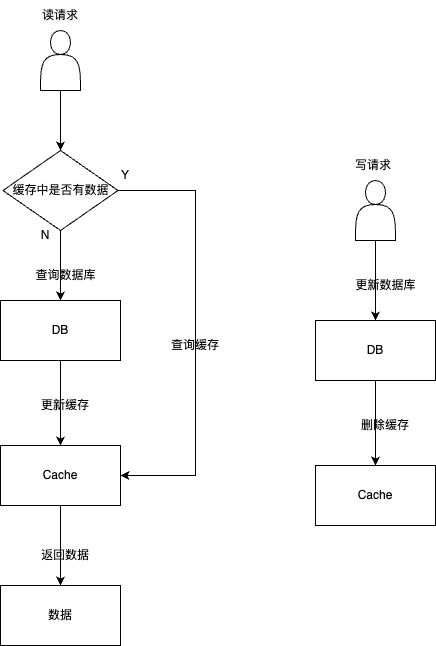
Earlier version of the draw.io export cache-aside.png (qinjianmin/draw.io). Source tidied: cells renumbered, new cells last; positions are measured from the earlier drawing's top-left corner, leaving out a move shared by most shapes.
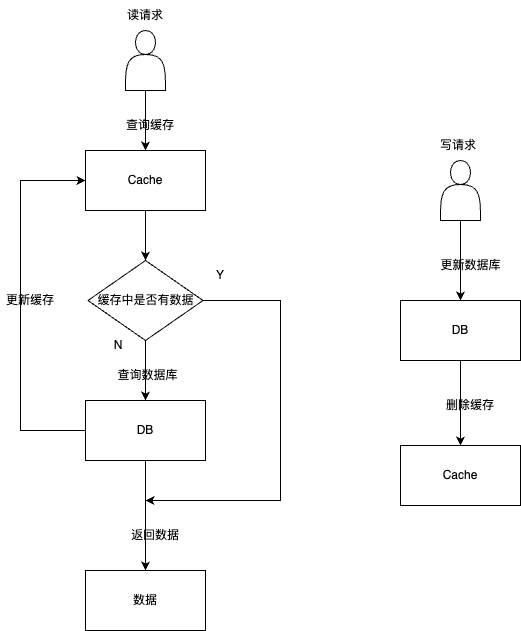
After the change.

What changed in the source:
```diff
@@ -3,54 +3,45 @@
     <mxCell id="0" />
     <mxCell id="1" parent="0" />
     <mxCell id="2" value="读请求" style="text;html=1;strokeColor=none;fillColor=none;align=center;verticalAlign=middle;whiteSpace=wrap;rounded=0;" parent="1" vertex="1">
-      <mxGeometry x="30" width="60" height="30" as="geometry" />
+      <mxGeometry x="30" y="20" width="60" height="30" as="geometry" />
     </mxCell>
+    <mxCell id="4" style="edgeStyle=orthogonalEdgeStyle;rounded=0;jettySize=auto;html=1;" parent="1" edge="1" source="5">
+      <mxGeometry relative="1" as="geometry">
+        <mxPoint x="60" y="520" as="targetPoint" />
+        <Array as="points">
+          <mxPoint x="195" y="320" />
+          <mxPoint x="195" y="520" />
+        </Array>
+      </mxGeometry>
+    </mxCell>
     <mxCell id="3" style="edgeStyle=orthogonalEdgeStyle;rounded=0;jettySize=auto;html=1;" parent="1" edge="1" source="5" target="7">
       <mxGeometry relative="1" as="geometry" />
     </mxCell>
-    <mxCell id="4" style="edgeStyle=orthogonalEdgeStyle;rounded=0;jettySize=auto;html=1;entryX=1;entryY=0.5;entryDx=0;entryDy=0;" parent="1" edge="1" source="5" target="11">
-      <mxGeometry relative="1" as="geometry">
-        <Array as="points">
-          <mxPoint x="195" y="190" />
-          <mxPoint x="195" y="475" />
-        </Array>
-      </mxGeometry>
-    </mxCell>
     <mxCell id="5" value="缓存中是否有数据" style="rhombus;whiteSpace=wrap;html=1;" parent="1" vertex="1">
-      <mxGeometry x="2.5" y="150" width="115" height="80" as="geometry" />
+      <mxGeometry x="2.5" y="280" width="115" height="80" as="geometry" />
     </mxCell>
-    <mxCell id="6" style="edgeStyle=orthogonalEdgeStyle;rounded=0;jettySize=auto;html=1;" parent="1" edge="1" source="7" target="11">
-      <mxGeometry relative="1" as="geometry" />
+    <mxCell id="6" style="edgeStyle=orthogonalEdgeStyle;rounded=0;jettySize=auto;html=1;entryX=0;entryY=0.5;entryDx=0;entryDy=0;" parent="1" edge="1" source="7" target="11">
+      <mxGeometry relative="1" as="geometry">
+        <Array as="points">
+          <mxPoint x="-65" y="450" />
+          <mxPoint x="-65" y="200" />
+        </Array>
+      </mxGeometry>
     </mxCell>
+    <mxCell id="27" style="edgeStyle=orthogonalEdgeStyle;rounded=0;jettySize=auto;html=1;" parent="1" edge="1" source="7" target="15">
+      <mxGeometry relative="1" as="geometry" />
+    </mxCell>
     <mxCell id="7" value="DB" style="whiteSpace=wrap;html=1;" parent="1" vertex="1">
-      <mxGeometry y="300" width="120" height="60" as="geometry" />
+      <mxGeometry y="420" width="120" height="60" as="geometry" />
     </mxCell>
-    <mxCell id="8" value="Y" style="text;html=1;strokeColor=none;fillColor=none;align=center;verticalAlign=middle;whiteSpace=wrap;rounded=0;" parent="1" vertex="1">
-      <mxGeometry x="95" y="160" width="60" height="30" as="geometry" />
-    </mxCell>
-    <mxCell id="9" value="N" style="text;html=1;strokeColor=none;fillColor=none;align=center;verticalAlign=middle;whiteSpace=wrap;rounded=0;" parent="1" vertex="1">
-      <mxGeometry x="15" y="220" width="60" height="30" as="geometry" />
-    </mxCell>
-    <mxCell id="10" style="edgeStyle=orthogonalEdgeStyle;rounded=0;jettySize=auto;html=1;" parent="1" edge="1" source="11" target="15">
-      <mxGeometry relative="1" as="geometry" />
-    </mxCell>
-    <mxCell id="11" value="Cache" style="whiteSpace=wrap;html=1;" parent="1" vertex="1">
-      <mxGeometry y="445" width="120" height="60" as="geometry" />
-    </mxCell>
     <mxCell id="12" value="查询数据库" style="text;html=1;strokeColor=none;fillColor=none;align=center;verticalAlign=middle;whiteSpace=wrap;rounded=0;" parent="1" vertex="1">
-      <mxGeometry x="22.5" y="260" width="85" height="30" as="geometry" />
+      <mxGeometry x="20" y="380" width="85" height="30" as="geometry" />
     </mxCell>
-    <mxCell id="13" value="更新缓存" style="text;html=1;strokeColor=none;fillColor=none;align=center;verticalAlign=middle;whiteSpace=wrap;rounded=0;" parent="1" vertex="1">
-      <mxGeometry x="35" y="390" width="60" height="30" as="geometry" />
-    </mxCell>
-    <mxCell id="14" value="查询缓存" style="text;html=1;strokeColor=none;fillColor=none;align=center;verticalAlign=middle;whiteSpace=wrap;rounded=0;" parent="1" vertex="1">
-      <mxGeometry x="165" y="330" width="60" height="30" as="geometry" />
-    </mxCell>
     <mxCell id="15" value="数据" style="whiteSpace=wrap;html=1;" parent="1" vertex="1">
-      <mxGeometry y="585" width="120" height="60" as="geometry" />
+      <mxGeometry y="590" width="120" height="60" as="geometry" />
     </mxCell>
     <mxCell id="16" value="返回数据" style="text;html=1;strokeColor=none;fillColor=none;align=center;verticalAlign=middle;whiteSpace=wrap;rounded=0;" parent="1" vertex="1">
-      <mxGeometry x="35" y="540" width="60" height="30" as="geometry" />
+      <mxGeometry x="40" y="540" width="60" height="30" as="geometry" />
     </mxCell>
     <mxCell id="17" value="写请求" style="text;html=1;strokeColor=none;fillColor=none;align=center;verticalAlign=middle;whiteSpace=wrap;rounded=0;" parent="1" vertex="1">
       <mxGeometry x="342.5" y="150" width="60" height="30" as="geometry" />
@@ -70,11 +61,11 @@
     <mxCell id="22" value="删除缓存" style="text;html=1;strokeColor=none;fillColor=none;align=center;verticalAlign=middle;whiteSpace=wrap;rounded=0;" parent="1" vertex="1">
       <mxGeometry x="355" y="410" width="60" height="30" as="geometry" />
     </mxCell>
-    <mxCell id="23" style="edgeStyle=orthogonalEdgeStyle;rounded=0;jettySize=auto;html=1;" parent="1" edge="1" source="24" target="5">
-      <mxGeometry relative="1" as="geometry" />
-    </mxCell>
+    <mxCell id="28" style="edgeStyle=orthogonalEdgeStyle;rounded=0;jettySize=auto;html=1;entryX=0.5;entryY=0;entryDx=0;entryDy=0;" parent="1" edge="1" source="24" target="11">
+      <mxGeometry relative="1" as="geometry" />
+    </mxCell>
     <mxCell id="24" style="shape=actor;whiteSpace=wrap;html=1;" parent="1" vertex="1">
-      <mxGeometry x="40" y="30" width="40" height="60" as="geometry" />
+      <mxGeometry x="40" y="50" width="40" height="60" as="geometry" />
     </mxCell>
     <mxCell id="25" style="edgeStyle=orthogonalEdgeStyle;rounded=0;jettySize=auto;html=1;" parent="1" edge="1" source="26" target="19">
       <mxGeometry relative="1" as="geometry" />
@@ -82,5 +73,23 @@
     <mxCell id="26" style="shape=actor;whiteSpace=wrap;html=1;" parent="1" vertex="1">
       <mxGeometry x="355" y="180" width="40" height="60" as="geometry" />
     </mxCell>
+    <mxCell id="29" style="edgeStyle=orthogonalEdgeStyle;rounded=0;jettySize=auto;html=1;entryX=0.5;entryY=0;entryDx=0;entryDy=0;" parent="1" edge="1" source="11" target="5">
+      <mxGeometry relative="1" as="geometry" />
+    </mxCell>
+    <mxCell id="11" value="Cache" style="whiteSpace=wrap;html=1;" parent="1" vertex="1">
+      <mxGeometry y="170" width="120" height="60" as="geometry" />
+    </mxCell>
+    <mxCell id="14" value="查询缓存" style="text;html=1;strokeColor=none;fillColor=none;align=center;verticalAlign=middle;whiteSpace=wrap;rounded=0;" parent="1" vertex="1">
+      <mxGeometry x="35" y="130" width="60" height="30" as="geometry" />
+    </mxCell>
+    <mxCell id="8" value="Y" style="text;html=1;strokeColor=none;fillColor=none;align=center;verticalAlign=middle;whiteSpace=wrap;rounded=0;" parent="1" vertex="1">
+      <mxGeometry x="105" y="280" width="60" height="30" as="geometry" />
+    </mxCell>
+    <mxCell id="9" value="N" style="text;html=1;strokeColor=none;fillColor=none;align=center;verticalAlign=middle;whiteSpace=wrap;rounded=0;" parent="1" vertex="1">
+      <mxGeometry x="2.5" y="350" width="60" height="30" as="geometry" />
+    </mxCell>
+    <mxCell id="13" value="更新缓存" style="text;html=1;strokeColor=none;fillColor=none;align=center;verticalAlign=middle;whiteSpace=wrap;rounded=0;" parent="1" vertex="1">
+      <mxGeometry x="-85" y="305" width="60" height="30" as="geometry" />
+    </mxCell>
   </root>
 </mxGraphModel>
```
